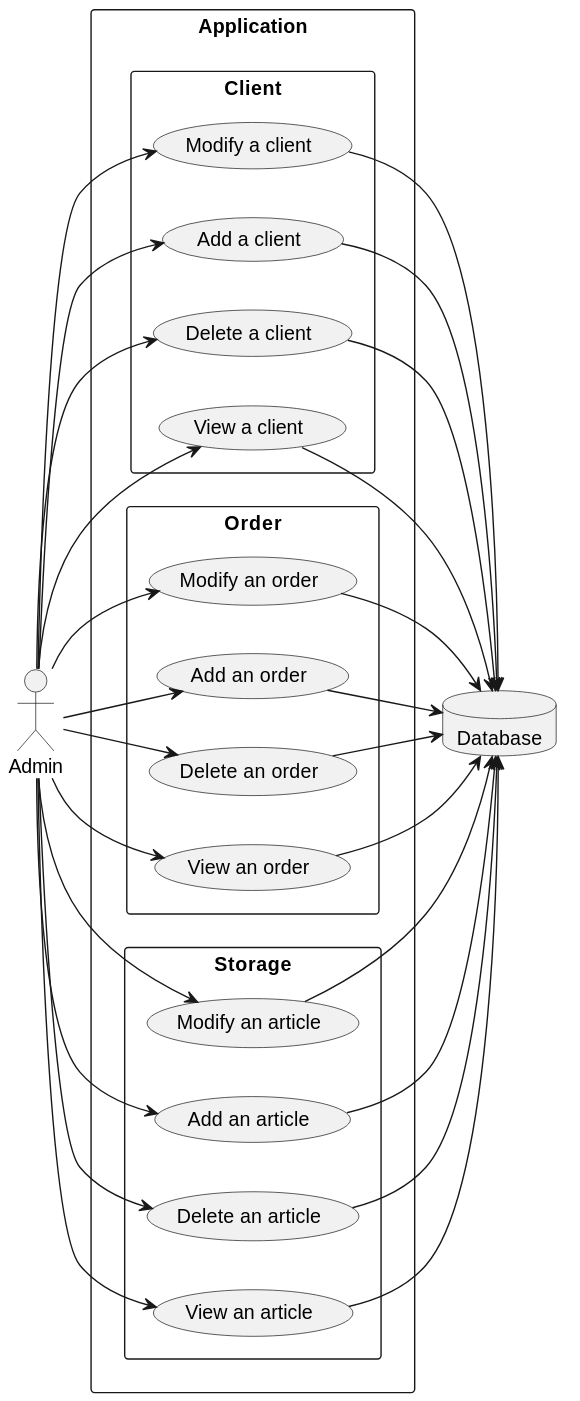
CESI-ORLEANS-A2/Groupe-3-Projet-Bloc-POO keeps this PlantUML diagram as Diagrammes UML/Diagramme de cas d'utilisation/Diagramme de cas d'utilisation.svg. Above is the earlier version.
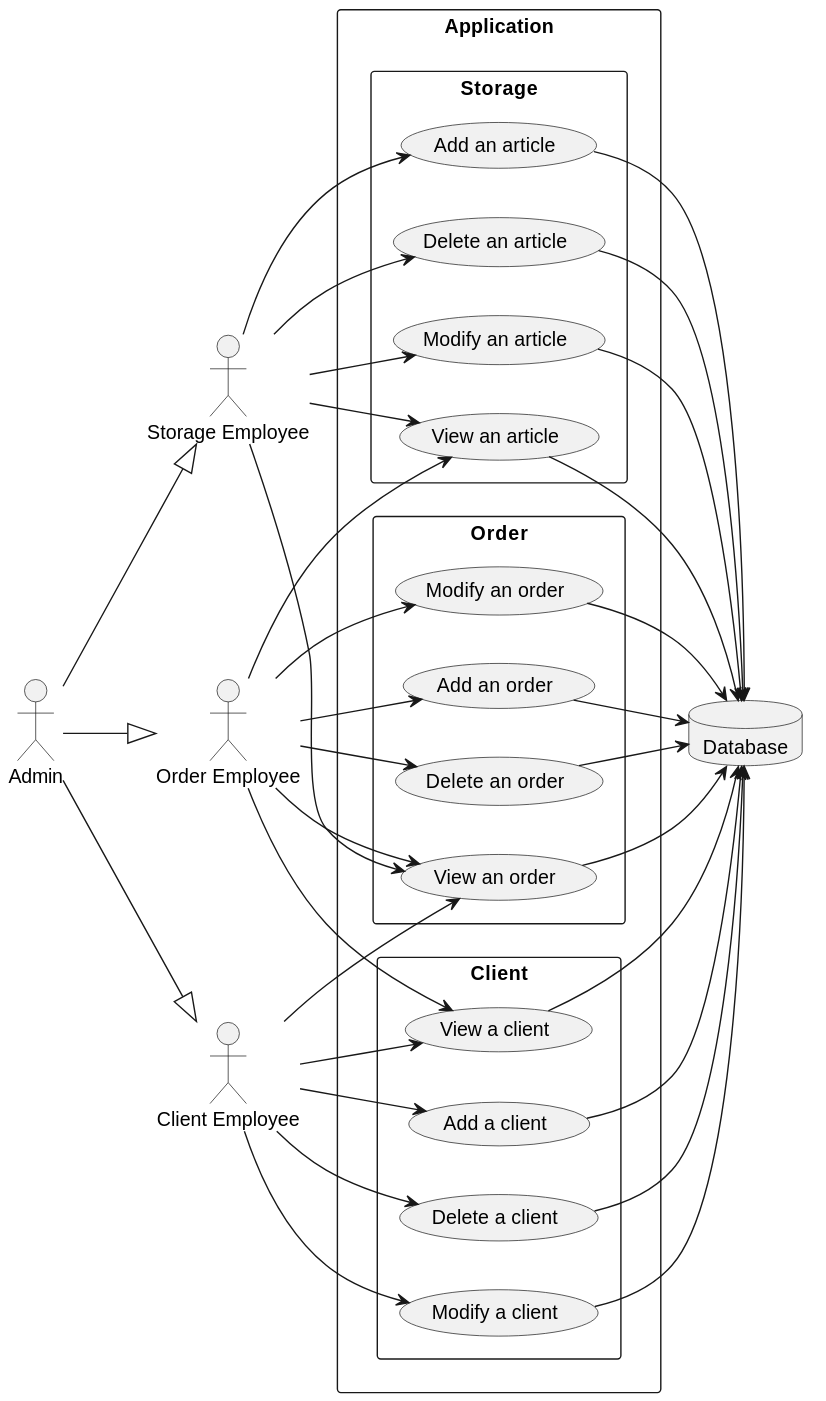
Later version of the same file.

Change to the diagram source:
```diff
@@ -2,6 +2,9 @@
 left to right direction
 
 actor "Admin" as ad
+actor "Storage Employee" as Es
+actor "Order Employee" as Eo
+actor "Client Employee" as Ec
 database "Database" as db
 
 rectangle Application {
@@ -27,18 +30,27 @@
 
 
 
-ad --> UC1
-ad --> UC2
-ad --> UC3
-ad --> UC4
-ad --> UC5
-ad --> UC6
-ad --> UC7
-ad --> UC8
-ad --> UC9
-ad --> UC10
-ad --> UC11
-ad --> UC12
+Ec --> UC1
+Ec --> UC2
+Ec --> UC3
+Ec --> UC4
+Ec --> UC8
+
+Es --> UC9
+Es --> UC10
+Es --> UC11
+Es --> UC12
+Es --> UC8
+
+Eo --> UC4
+Eo --> UC5
+Eo --> UC6
+Eo --> UC7
+Eo --> UC8
+Eo --> UC12
+
+
+
 
 UC1 --> db
 UC2 --> db
@@ -53,4 +65,7 @@
 UC11 --> db
 UC12 --> db
 
+ad --|>Es
+ad --|>Ec
+ad --|>Eo
 @enduml
```
